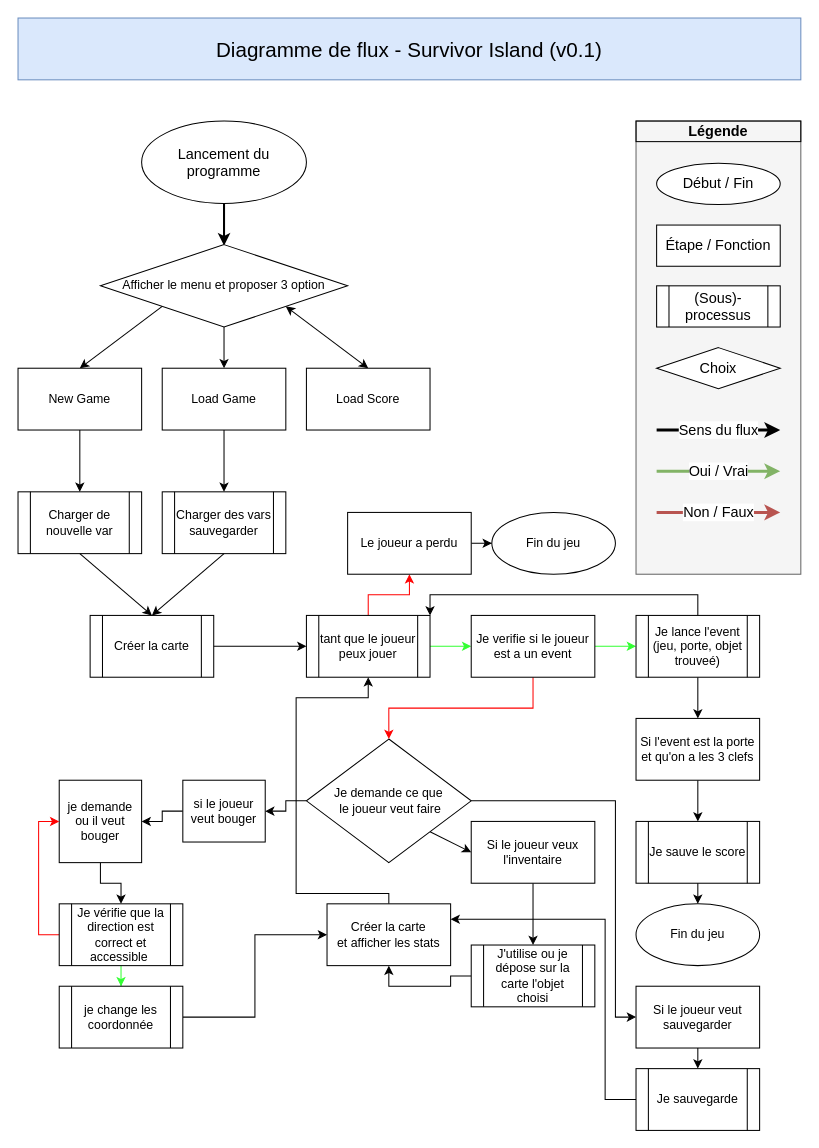
This is page "Main" (1 of 2) of Diagramme de flux.drawio from herbetelem/Autonomie-projet-1, a draw.io file, before an edit. Source tidied: cells renumbered, new cells numbered last; positions are measured from the earlier drawing's top-left corner, leaving out a move shared by most shapes. Both pictures are drawn from the tidied source at 103%, with x=0, y=0 at pixel (18, 18).
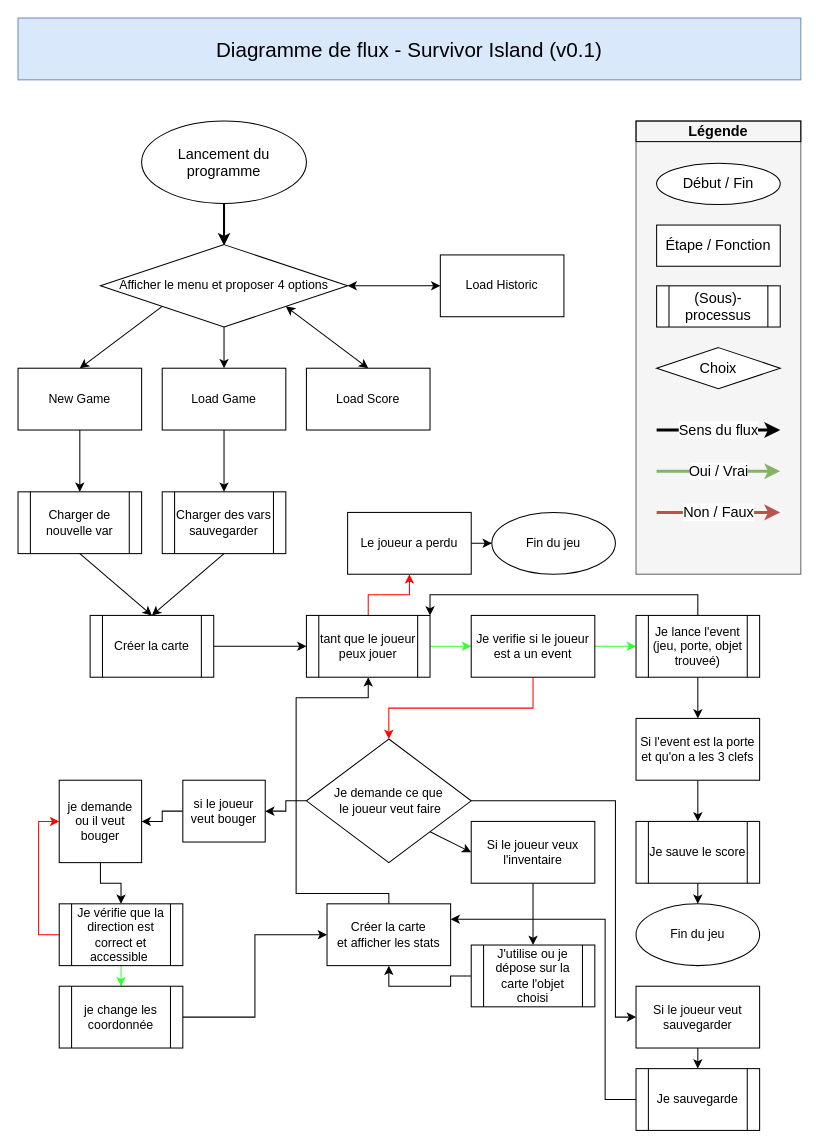
The same page after the edit.

Change to the diagram source:
```diff
@@
-    <mxCell id="14" value="Afficher le menu et proposer 3 option" style="rhombus;whiteSpace=wrap;html=1;" parent="1" vertex="1">
+    <mxCell id="14" value="Afficher le menu et proposer 4 options" style="rhombus;whiteSpace=wrap;html=1;" parent="1" vertex="1">
       <mxGeometry x="80" y="220" width="240" height="80" as="geometry" />
     </mxCell>
@@
+    <mxCell id="69" style="endArrow=classic;startArrow=classic;html=1;entryX=1;entryY=0.5;entryDx=0;entryDy=0;exitX=0;exitY=0.5;exitDx=0;exitDy=0;" parent="1" edge="1" source="70" target="14">
+      <mxGeometry relative="1" as="geometry" />
+    </mxCell>
+    <mxCell id="70" value="&lt;span&gt;Load Historic&lt;/span&gt;" style="rounded=0;whiteSpace=wrap;html=1;" parent="1" vertex="1">
+      <mxGeometry x="410" y="230" width="120" height="60" as="geometry" />
+    </mxCell>
```
